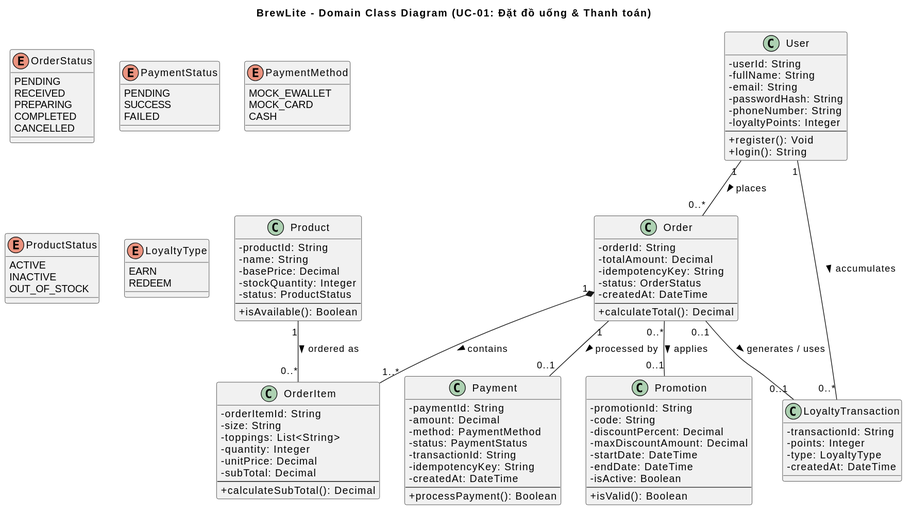
The PlantUML diagram docs/diagram/ClassDiagram.svg in vohuunghiaah/brewlite, before a commit. The source it was exported from:
```plantuml
@startuml
title BrewLite - Domain Class Diagram (UC-01: Đặt đồ uống & Thanh toán)

skinparam classAttributeIconSize 0
skinparam backgroundColor #FFFFFF
skinparam Shadowing false

enum OrderStatus {
  PENDING
  RECEIVED
  PREPARING
  COMPLETED
  CANCELLED
}

enum PaymentStatus {
  PENDING
  SUCCESS
  FAILED
}

enum PaymentMethod {
  MOCK_EWALLET
  MOCK_CARD
  CASH
}

enum ProductStatus {
  ACTIVE
  INACTIVE
  OUT_OF_STOCK
}

enum LoyaltyType {
  EARN
  REDEEM
}

class User {
  - userId: String
  - fullName: String
  - email: String
  - passwordHash: String
  - phoneNumber: String
  - loyaltyPoints: Integer
  --
  + register(): Void
  + login(): String
}

class Product {
  - productId: String
  - name: String
  - basePrice: Decimal
  - stockQuantity: Integer
  - status: ProductStatus
  --
  + isAvailable(): Boolean
}

class Order {
  - orderId: String
  - totalAmount: Decimal
  - idempotencyKey: String
  - status: OrderStatus
  - createdAt: DateTime
  --
  + calculateTotal(): Decimal
}

class OrderItem {
  - orderItemId: String
  - size: String
  - toppings: List<String>
  - quantity: Integer
  - unitPrice: Decimal
  - subTotal: Decimal
  --
  + calculateSubTotal(): Decimal
}

class Payment {
  - paymentId: String
  - amount: Decimal
  - method: PaymentMethod
  - status: PaymentStatus
  - transactionId: String
  - idempotencyKey: String
  - createdAt: DateTime
  --
  + processPayment(): Boolean
}

class Promotion {
  - promotionId: String
  - code: String
  - discountPercent: Decimal
  - maxDiscountAmount: Decimal
  - startDate: DateTime
  - endDate: DateTime
  - isActive: Boolean
  --
  + isValid(): Boolean
}

class LoyaltyTransaction {
  - transactionId: String
  - points: Integer
  - type: LoyaltyType
  - createdAt: DateTime
}

User "1" -- "0..*" Order : places >
User "1" -- "0..*" LoyaltyTransaction : accumulates >

Order "1" *-- "1..*" OrderItem : contains >
Order "1" -- "0..1" Payment : processed by >
Order "0..*" -- "0..1" Promotion : applies >

Product "1" -- "0..*" OrderItem : ordered as >
Order "0..1" -- "0..1" LoyaltyTransaction : generates / uses >
@enduml
```
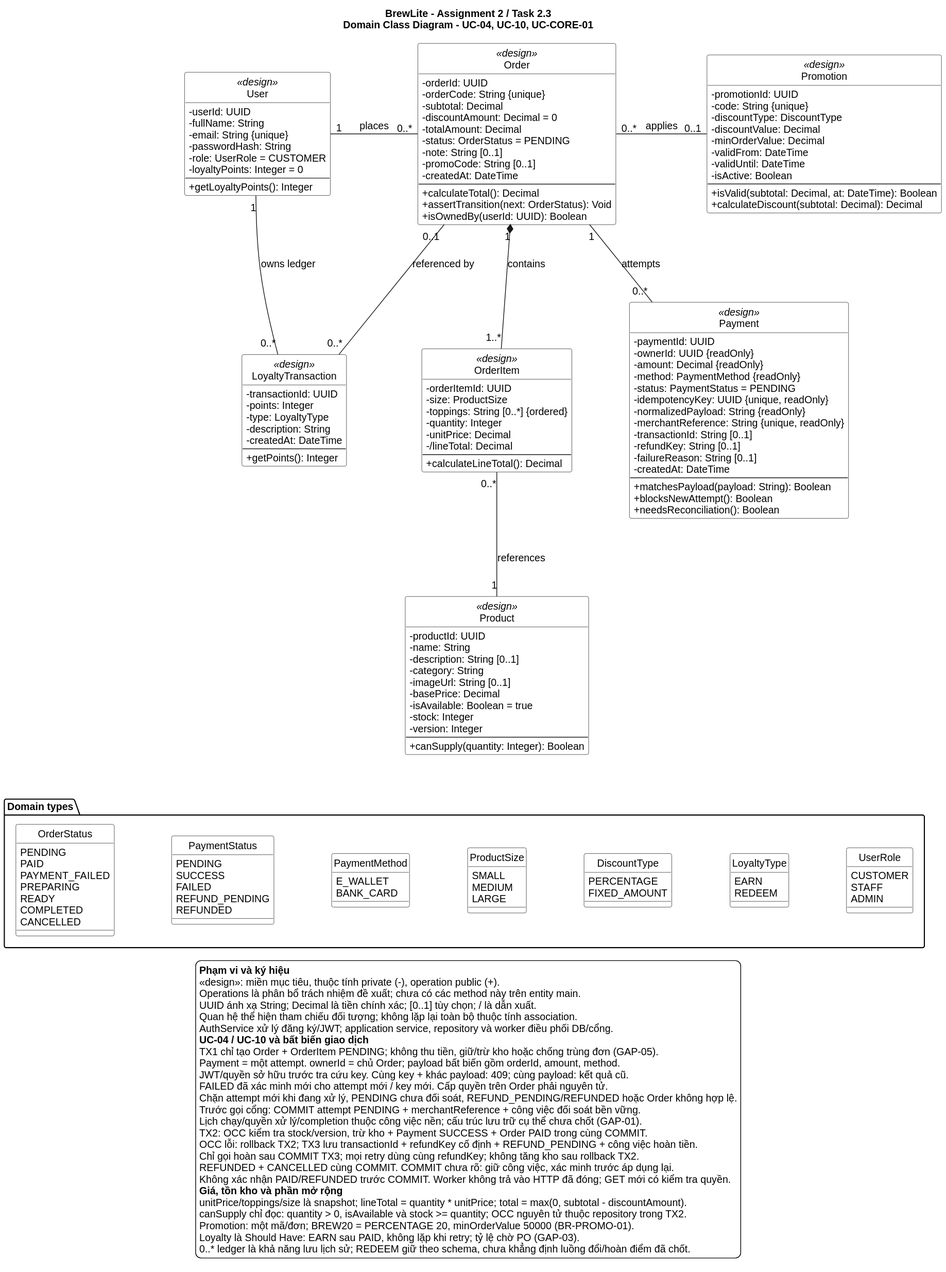
After the commit.

Commit message:
docs: align Task 2.3 domain classes with order and payment design

Diff of the diagram source:
```diff
@@ -1,122 +1,195 @@
 @startuml
-title BrewLite - Domain Class Diagram (UC-01: Đặt đồ uống & Thanh toán)
+title BrewLite - Assignment 2 / Task 2.3\nDomain Class Diagram - UC-04, UC-10, UC-CORE-01
+skinparam defaultFontName Arial
+skinparam defaultFontSize 14
+skinparam classAttributeIconSize 0
+skinparam backgroundColor white
+skinparam monochrome true
+skinparam shadowing false
+skinparam classBackgroundColor white
+skinparam packageBackgroundColor white
+skinparam noteBackgroundColor white
+skinparam nodesep 80
+skinparam ranksep 90
+hide circle
+top to bottom direction
 
-skinparam classAttributeIconSize 0
-skinparam backgroundColor #FFFFFF
-skinparam Shadowing false
-
-enum OrderStatus {
-  PENDING
-  RECEIVED
-  PREPARING
-  COMPLETED
-  CANCELLED
+class User <<design>> {
+  - userId: UUID
+  - fullName: String
+  - email: String {unique}
+  - passwordHash: String
+  - role: UserRole = CUSTOMER
+  - loyaltyPoints: Integer = 0
+  --
+  + getLoyaltyPoints(): Integer
 }
-
-enum PaymentStatus {
-  PENDING
-  SUCCESS
-  FAILED
-}
-
-enum PaymentMethod {
-  MOCK_EWALLET
-  MOCK_CARD
-  CASH
-}
-
-enum ProductStatus {
-  ACTIVE
-  INACTIVE
-  OUT_OF_STOCK
-}
-
-enum LoyaltyType {
-  EARN
-  REDEEM
-}
-
-class User {
-  - userId: String
-  - fullName: String
-  - email: String
-  - passwordHash: String
-  - phoneNumber: String
-  - loyaltyPoints: Integer
-  --
-  + register(): Void
-  + login(): String
-}
-
-class Product {
-  - productId: String
-  - name: String
-  - basePrice: Decimal
-  - stockQuantity: Integer
-  - status: ProductStatus
-  --
-  + isAvailable(): Boolean
-}
-
-class Order {
-  - orderId: String
+class Order <<design>> {
+  - orderId: UUID
+  - orderCode: String {unique}
+  - subtotal: Decimal
+  - discountAmount: Decimal = 0
   - totalAmount: Decimal
-  - idempotencyKey: String
-  - status: OrderStatus
+  - status: OrderStatus = PENDING
+  - note: String [0..1]
+  - promoCode: String [0..1]
   - createdAt: DateTime
   --
   + calculateTotal(): Decimal
+  + assertTransition(next: OrderStatus): Void
+  + isOwnedBy(userId: UUID): Boolean
+}
+class OrderItem <<design>> {
+  - orderItemId: UUID
+  - size: ProductSize
+  - toppings: String [0..*] {ordered}
+  - quantity: Integer
+  - unitPrice: Decimal
+  - /lineTotal: Decimal
+  --
+  + calculateLineTotal(): Decimal
+}
+class Product <<design>> {
+  - productId: UUID
+  - name: String
+  - description: String [0..1]
+  - category: String
+  - imageUrl: String [0..1]
+  - basePrice: Decimal
+  - isAvailable: Boolean = true
+  - stock: Integer
+  - version: Integer
+  --
+  + canSupply(quantity: Integer): Boolean
+}
+class Payment <<design>> {
+  - paymentId: UUID
+  - ownerId: UUID {readOnly}
+  - amount: Decimal {readOnly}
+  - method: PaymentMethod {readOnly}
+  - status: PaymentStatus = PENDING
+  - idempotencyKey: UUID {unique, readOnly}
+  - normalizedPayload: String {readOnly}
+  - merchantReference: String {unique, readOnly}
+  - transactionId: String [0..1]
+  - refundKey: String [0..1]
+  - failureReason: String [0..1]
+  - createdAt: DateTime
+  --
+  + matchesPayload(payload: String): Boolean
+  + blocksNewAttempt(): Boolean
+  + needsReconciliation(): Boolean
+}
+class Promotion <<design>> {
+  - promotionId: UUID
+  - code: String {unique}
+  - discountType: DiscountType
+  - discountValue: Decimal
+  - minOrderValue: Decimal
+  - validFrom: DateTime
+  - validUntil: DateTime
+  - isActive: Boolean
+  --
+  + isValid(subtotal: Decimal, at: DateTime): Boolean
+  + calculateDiscount(subtotal: Decimal): Decimal
+}
+class LoyaltyTransaction <<design>> {
+  - transactionId: UUID
+  - points: Integer
+  - type: LoyaltyType
+  - description: String
+  - createdAt: DateTime
+  --
+  + getPoints(): Integer
 }
 
-class OrderItem {
-  - orderItemId: String
-  - size: String
-  - toppings: List<String>
-  - quantity: Integer
-  - unitPrice: Decimal
-  - subTotal: Decimal
-  --
-  + calculateSubTotal(): Decimal
+User "1" -right- "0..*" Order : places
+Order "1" *-down- "1..*" OrderItem : contains
+OrderItem "0..*" -down- "1" Product : references
+Order "1" -down- "0..*" Payment : attempts
+Order "0..*" -right- "0..1" Promotion : applies
+User "1" -down- "0..*" LoyaltyTransaction : owns ledger
+Order "0..1" -down- "0..*" LoyaltyTransaction : referenced by
+
+
+LoyaltyTransaction -[hidden]right-> OrderItem
+OrderItem -[hidden]right-> Payment
+
+package "Domain types" {
+  enum OrderStatus {
+    PENDING
+    PAID
+    PAYMENT_FAILED
+    PREPARING
+    READY
+    COMPLETED
+    CANCELLED
+  }
+  enum PaymentStatus {
+    PENDING
+    SUCCESS
+    FAILED
+    REFUND_PENDING
+    REFUNDED
+  }
+  enum PaymentMethod {
+    E_WALLET
+    BANK_CARD
+  }
+  enum ProductSize {
+    SMALL
+    MEDIUM
+    LARGE
+  }
+  enum DiscountType {
+    PERCENTAGE
+    FIXED_AMOUNT
+  }
+  enum LoyaltyType {
+    EARN
+    REDEEM
+  }
+  enum UserRole {
+    CUSTOMER
+    STAFF
+    ADMIN
+  }
+  OrderStatus -[hidden]right-> PaymentStatus
+  PaymentStatus -[hidden]right-> PaymentMethod
+  PaymentMethod -[hidden]right-> ProductSize
+  ProductSize -[hidden]right-> DiscountType
+  DiscountType -[hidden]right-> LoyaltyType
+  LoyaltyType -[hidden]right-> UserRole
 }
+LoyaltyTransaction -[hidden]down-> OrderStatus
+Product -[hidden]down-> ProductSize
+Payment -[hidden]down-> UserRole
 
-class Payment {
-  - paymentId: String
-  - amount: Decimal
-  - method: PaymentMethod
-  - status: PaymentStatus
-  - transactionId: String
-  - idempotencyKey: String
-  - createdAt: DateTime
-  --
-  + processPayment(): Boolean
-}
-
-class Promotion {
-  - promotionId: String
-  - code: String
-  - discountPercent: Decimal
-  - maxDiscountAmount: Decimal
-  - startDate: DateTime
-  - endDate: DateTime
-  - isActive: Boolean
-  --
-  + isValid(): Boolean
-}
-
-class LoyaltyTransaction {
-  - transactionId: String
-  - points: Integer
-  - type: LoyaltyType
-  - createdAt: DateTime
-}
-
-User "1" -- "0..*" Order : places >
-User "1" -- "0..*" LoyaltyTransaction : accumulates >
-
-Order "1" *-- "1..*" OrderItem : contains >
-Order "1" -- "0..1" Payment : processed by >
-Order "0..*" -- "0..1" Promotion : applies >
-
-Product "1" -- "0..*" OrderItem : ordered as >
-Order "0..1" -- "0..1" LoyaltyTransaction : generates / uses >
+legend bottom
+  **Phạm vi và ký hiệu**
+  <<design>>: miền mục tiêu, thuộc tính private (-), operation public (+).
+  Operations là phân bổ trách nhiệm đề xuất; chưa có các method này trên entity main.
+  UUID ánh xạ String; Decimal là tiền chính xác; [0..1] tùy chọn; / là dẫn xuất.
+  Quan hệ thể hiện tham chiếu đối tượng; không lặp lại toàn bộ thuộc tính association.
+  AuthService xử lý đăng ký/JWT; application service, repository và worker điều phối DB/cổng.
+  **UC-04 / UC-10 và bất biến giao dịch**
+  TX1 chỉ tạo Order + OrderItem PENDING; không thu tiền, giữ/trừ kho hoặc chống trùng đơn (GAP-05).
+  Payment = một attempt. ownerId = chủ Order; payload bất biến gồm orderId, amount, method.
+  JWT/quyền sở hữu trước tra cứu key. Cùng key + khác payload: 409; cùng payload: kết quả cũ.
+  FAILED đã xác minh mới cho attempt mới / key mới. Cấp quyền trên Order phải nguyên tử.
+  Chặn attempt mới khi đang xử lý, PENDING chưa đối soát, REFUND_PENDING/REFUNDED hoặc Order không hợp lệ.
+  Trước gọi cổng: COMMIT attempt PENDING + merchantReference + công việc đối soát bền vững.
+  Lịch chạy/quyền xử lý/completion thuộc công việc nền; cấu trúc lưu trữ cụ thể chưa chốt (GAP-01).
+  TX2: OCC kiểm tra stock/version, trừ kho + Payment SUCCESS + Order PAID trong cùng COMMIT.
+  OCC lỗi: rollback TX2; TX3 lưu transactionId + refundKey cố định + REFUND_PENDING + công việc hoàn tiền.
+  Chỉ gọi hoàn sau COMMIT TX3; mọi retry dùng cùng refundKey; không tăng kho sau rollback TX2.
+  REFUNDED + CANCELLED cùng COMMIT. COMMIT chưa rõ: giữ công việc, xác minh trước áp dụng lại.
+  Không xác nhận PAID/REFUNDED trước COMMIT. Worker không trả vào HTTP đã đóng; GET mới có kiểm tra quyền.
+  **Giá, tồn kho và phần mở rộng**
+  unitPrice/toppings/size là snapshot; lineTotal = quantity * unitPrice; total = max(0, subtotal - discountAmount).
+  canSupply chỉ đọc: quantity > 0, isAvailable và stock >= quantity; OCC nguyên tử thuộc repository trong TX2.
+  Promotion: một mã/đơn; BREW20 = PERCENTAGE 20, minOrderValue 50000 (BR-PROMO-01).
+  Loyalty là Should Have: EARN sau PAID, không lặp khi retry; tỷ lệ chờ PO (GAP-03).
+  0..* ledger là khả năng lưu lịch sử; REDEEM giữ theo schema, chưa khẳng định luồng đổi/hoàn điểm đã chốt.
+endlegend
 @enduml
```
